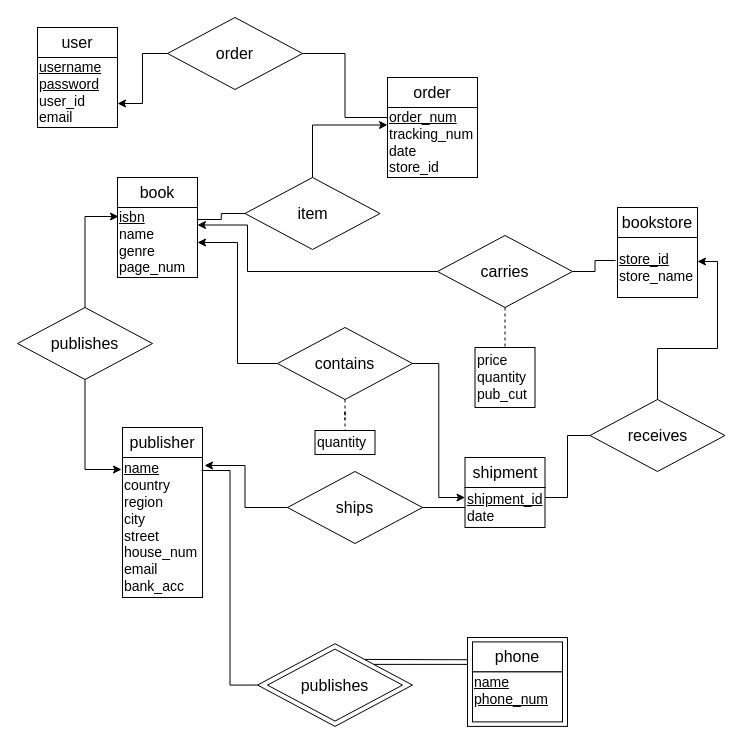
Before: Report/images/ERDiagram.drawio in AdamPayzant/COMP3005_Project, a draw.io diagram. Source tidied: cells renumbered, new cells numbered last; positions are measured from the earlier drawing's top-left corner, leaving out a move shared by most shapes. Both pictures are drawn from the tidied source at 100%, with x=0, y=0 at pixel (17, 17).
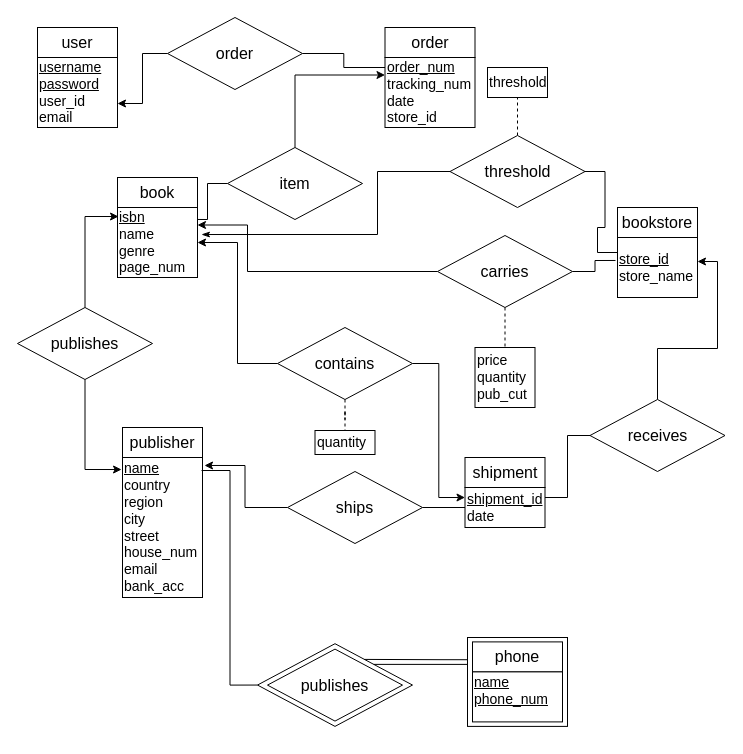
The same diagram, later.

Unchanged cells that the change refers to:
```xml
<mxCell id="3" value="&lt;font style=&quot;font-size: 14px&quot;&gt;&lt;u&gt;isbn&lt;/u&gt;&lt;/font&gt;&lt;div style=&quot;font-size: 14px&quot;&gt;&lt;font style=&quot;font-size: 14px&quot;&gt;name&lt;/font&gt;&lt;/div&gt;&lt;div style=&quot;font-size: 14px&quot;&gt;&lt;font style=&quot;font-size: 14px&quot;&gt;genre&lt;/font&gt;&lt;/div&gt;&lt;div style=&quot;font-size: 14px&quot;&gt;&lt;font style=&quot;font-size: 14px&quot;&gt;page_num&lt;br&gt;&lt;/font&gt;&lt;/div&gt;" style="rounded=0;whiteSpace=wrap;html=1;align=left;" parent="1" vertex="1">
  <mxGeometry x="100" y="190" width="80" height="70" as="geometry" />
</mxCell>
<mxCell id="13" value="&lt;div style=&quot;font-size: 14px&quot; align=&quot;left&quot;&gt;&lt;u&gt;store_id&lt;br&gt;&lt;/u&gt;&lt;/div&gt;&lt;div style=&quot;font-size: 14px&quot; align=&quot;left&quot;&gt;store_name&lt;br&gt;&lt;u&gt;&lt;/u&gt;&lt;/div&gt;" style="rounded=0;whiteSpace=wrap;html=1;align=left;" parent="1" vertex="1">
  <mxGeometry x="600" y="220" width="80" height="60" as="geometry" />
</mxCell>
```

Change to the diagram source:
```diff
@@
     <mxCell id="6" value="&lt;font style=&quot;font-size: 16px&quot;&gt;order&lt;/font&gt;" style="rounded=0;whiteSpace=wrap;html=1;" parent="1" vertex="1">
-      <mxGeometry x="370" y="60" width="90" height="30" as="geometry" />
+      <mxGeometry x="367.5" y="10" width="90" height="30" as="geometry" />
     </mxCell>
     <mxCell id="7" value="&lt;div style=&quot;font-size: 14px&quot;&gt;&lt;font style=&quot;font-size: 14px&quot;&gt;&lt;u&gt;order_num&lt;/u&gt;&lt;/font&gt;&lt;/div&gt;&lt;div style=&quot;font-size: 14px&quot;&gt;&lt;font style=&quot;font-size: 14px&quot;&gt;tracking_num&lt;br&gt;&lt;/font&gt;&lt;/div&gt;&lt;div style=&quot;font-size: 14px&quot;&gt;&lt;font style=&quot;font-size: 14px&quot;&gt;date&lt;/font&gt;&lt;/div&gt;&lt;div style=&quot;font-size: 14px&quot;&gt;&lt;font style=&quot;font-size: 14px&quot;&gt;store_id&lt;br&gt;&lt;/font&gt;&lt;/div&gt;" style="rounded=0;whiteSpace=wrap;html=1;align=left;" parent="1" vertex="1">
-      <mxGeometry x="370" y="90" width="90" height="70" as="geometry" />
+      <mxGeometry x="367.5" y="40" width="90" height="70" as="geometry" />
     </mxCell>
@@
     <mxCell id="19" value="&lt;font style=&quot;font-size: 16px&quot;&gt;item&lt;/font&gt;" style="rhombus;whiteSpace=wrap;html=1;" parent="1" vertex="1">
-      <mxGeometry x="227.5" y="160" width="135" height="72" as="geometry" />
+      <mxGeometry x="210" y="130" width="135" height="72" as="geometry" />
     </mxCell>
@@
+    <mxCell id="47" style="edgeStyle=orthogonalEdgeStyle;rounded=0;jettySize=auto;html=1;exitX=1;exitY=0.5;exitDx=0;exitDy=0;entryX=0;entryY=0.25;entryDx=0;entryDy=0;endArrow=none;endFill=0;" parent="1" edge="1" source="50" target="13">
+      <mxGeometry relative="1" as="geometry" />
+    </mxCell>
+    <mxCell id="48" style="edgeStyle=orthogonalEdgeStyle;rounded=0;jettySize=auto;html=1;exitX=0;exitY=0.5;exitDx=0;exitDy=0;entryX=1.05;entryY=0.386;entryDx=0;entryDy=0;entryPerimeter=0;endArrow=classicThin;endFill=1;" parent="1" edge="1" source="50" target="3">
+      <mxGeometry relative="1" as="geometry">
+        <Array as="points">
+          <mxPoint x="360" y="154" />
+          <mxPoint x="360" y="217" />
+        </Array>
+      </mxGeometry>
+    </mxCell>
+    <mxCell id="49" style="edgeStyle=orthogonalEdgeStyle;rounded=0;jettySize=auto;html=1;exitX=0.5;exitY=0;exitDx=0;exitDy=0;entryX=0.5;entryY=1;entryDx=0;entryDy=0;endArrow=none;endFill=0;dashed=1;" parent="1" edge="1" source="50" target="51">
+      <mxGeometry relative="1" as="geometry" />
+    </mxCell>
+    <mxCell id="50" value="&lt;font style=&quot;font-size: 16px&quot;&gt;threshold&lt;br&gt;&lt;/font&gt;" style="rhombus;whiteSpace=wrap;html=1;" parent="1" vertex="1">
+      <mxGeometry x="432.5" y="118" width="135" height="72" as="geometry" />
+    </mxCell>
+    <mxCell id="51" value="&lt;font style=&quot;font-size: 14px&quot;&gt;threshold&lt;br&gt;&lt;/font&gt;" style="rounded=0;whiteSpace=wrap;html=1;align=left;" parent="1" vertex="1">
+      <mxGeometry x="470" y="50" width="60" height="30" as="geometry" />
+    </mxCell>
```
